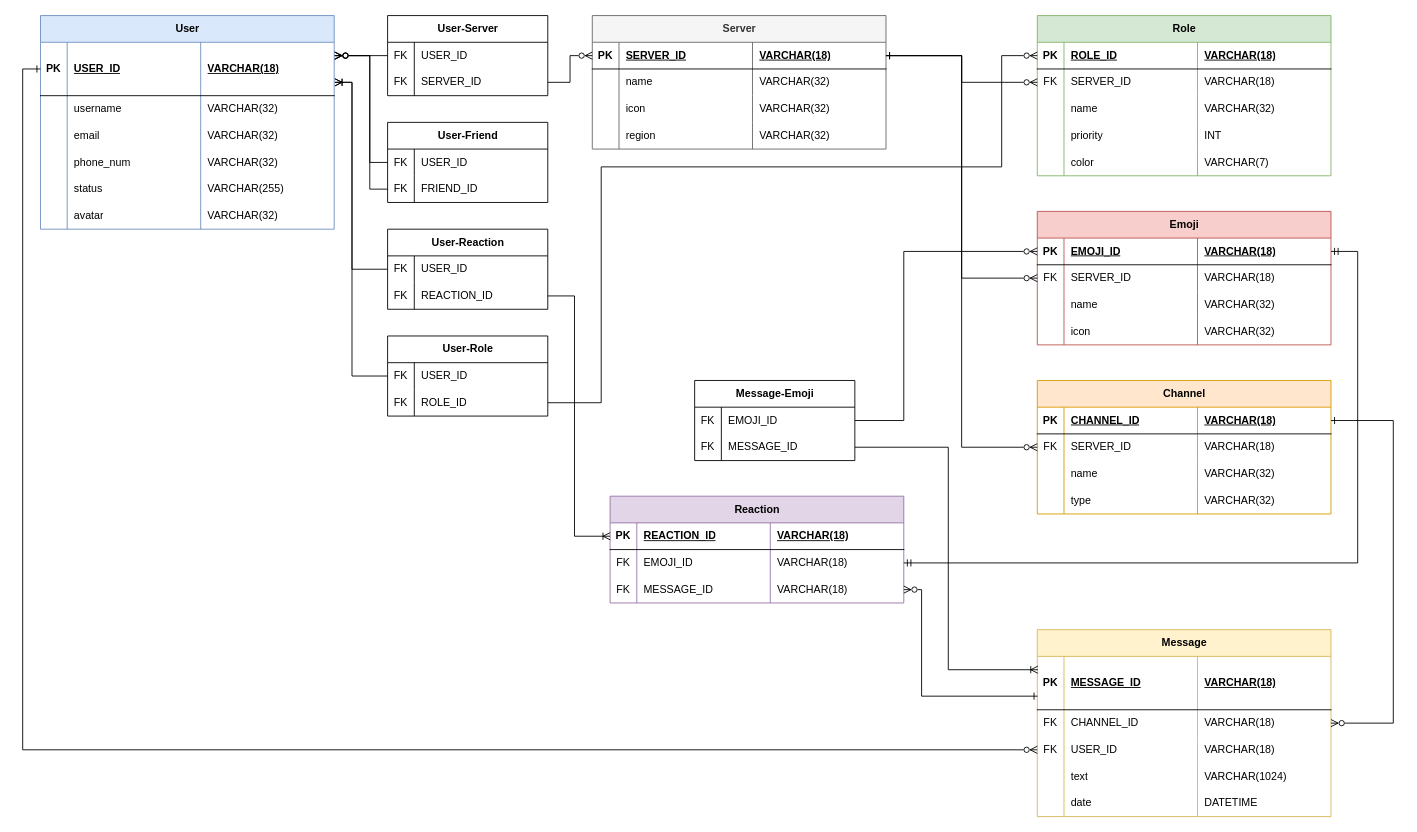
Mruzik1/Database-Application keeps this draw.io diagram as diagrams/Discord Relational Schema.drawio. Above is the earlier version. Source tidied: cells renumbered, new cells numbered last; positions are measured from the earlier drawing's top-left corner, leaving out a move shared by most shapes. Both pictures are drawn from the tidied source at 89%, with x=0, y=0 at pixel (22, 15).
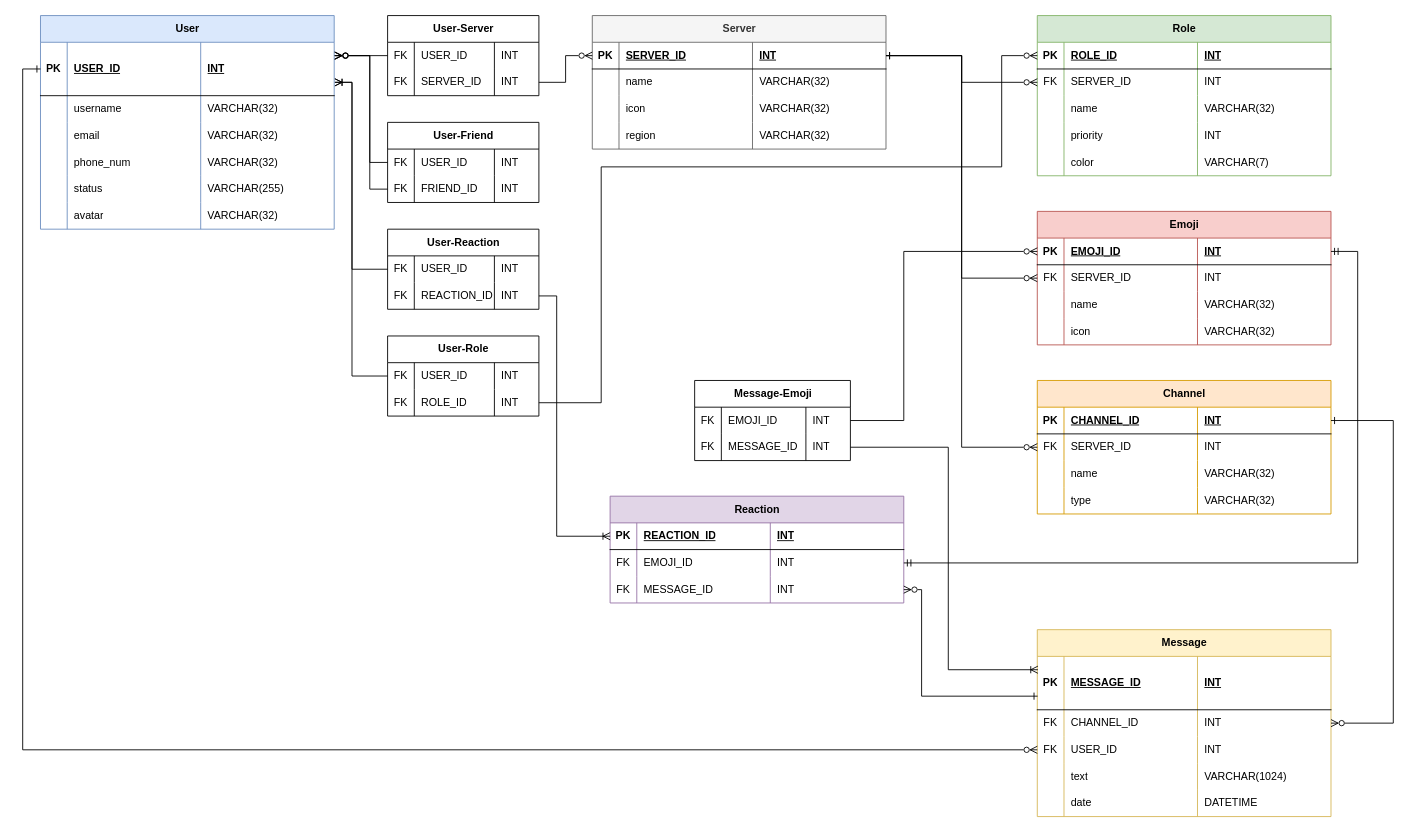
The same page after the edit.

The change refers to these unchanged cells:
```xml
<mxCell id="3" style="shape=tableRow;horizontal=0;startSize=0;swimlaneHead=0;swimlaneBody=0;fillColor=none;points=[[0,0.5],[1,0.5]];portConstraint=eastwest;top=0;left=0;right=0;bottom=1;" parent="2" vertex="1">
  <mxGeometry y="30" width="330" height="30" as="geometry" />
</mxCell>
<mxCell id="20" style="shape=tableRow;horizontal=0;startSize=0;swimlaneHead=0;swimlaneBody=0;fillColor=none;points=[[0,0.5],[1,0.5]];portConstraint=eastwest;top=0;left=0;right=0;bottom=1;" parent="19" vertex="1">
  <mxGeometry y="30" width="330" height="60" as="geometry" />
</mxCell>
<mxCell id="45" style="shape=tableRow;horizontal=0;startSize=0;swimlaneHead=0;swimlaneBody=0;fillColor=none;points=[[0,0.5],[1,0.5]];portConstraint=eastwest;top=0;left=0;right=0;bottom=1;" parent="44" vertex="1">
  <mxGeometry y="30" width="330" height="30" as="geometry" />
</mxCell>
<mxCell id="49" style="shape=tableRow;horizontal=0;startSize=0;swimlaneHead=0;swimlaneBody=0;fillColor=none;points=[[0,0.5],[1,0.5]];portConstraint=eastwest;top=0;left=0;right=0;bottom=0;" parent="44" vertex="1">
  <mxGeometry y="60" width="330" height="30" as="geometry" />
</mxCell>
<mxCell id="62" style="shape=tableRow;horizontal=0;startSize=0;swimlaneHead=0;swimlaneBody=0;fillColor=none;points=[[0,0.5],[1,0.5]];portConstraint=eastwest;top=0;left=0;right=0;bottom=1;" parent="61" vertex="1">
  <mxGeometry y="30" width="330" height="60" as="geometry" />
</mxCell>
<mxCell id="66" style="shape=tableRow;horizontal=0;startSize=0;swimlaneHead=0;swimlaneBody=0;fillColor=none;points=[[0,0.5],[1,0.5]];portConstraint=eastwest;top=0;left=0;right=0;bottom=0;" parent="61" vertex="1">
  <mxGeometry y="90" width="330" height="30" as="geometry" />
</mxCell>
<mxCell id="70" style="shape=tableRow;horizontal=0;startSize=0;swimlaneHead=0;swimlaneBody=0;fillColor=none;points=[[0,0.5],[1,0.5]];portConstraint=eastwest;top=0;left=0;right=0;bottom=0;" parent="61" vertex="1">
  <mxGeometry y="120" width="330" height="30" as="geometry" />
</mxCell>
<mxCell id="83" style="shape=tableRow;horizontal=0;startSize=0;swimlaneHead=0;swimlaneBody=0;fillColor=none;points=[[0,0.5],[1,0.5]];portConstraint=eastwest;top=0;left=0;right=0;bottom=1;" parent="82" vertex="1">
  <mxGeometry y="30" width="330" height="30" as="geometry" />
</mxCell>
<mxCell id="87" style="shape=tableRow;horizontal=0;startSize=0;swimlaneHead=0;swimlaneBody=0;fillColor=none;points=[[0,0.5],[1,0.5]];portConstraint=eastwest;top=0;left=0;right=0;bottom=0;" parent="82" vertex="1">
  <mxGeometry y="60" width="330" height="30" as="geometry" />
</mxCell>
<mxCell id="100" style="shape=tableRow;horizontal=0;startSize=0;swimlaneHead=0;swimlaneBody=0;fillColor=none;points=[[0,0.5],[1,0.5]];portConstraint=eastwest;top=0;left=0;right=0;bottom=1;" parent="99" vertex="1">
  <mxGeometry y="30" width="330" height="30" as="geometry" />
</mxCell>
<mxCell id="104" style="shape=tableRow;horizontal=0;startSize=0;swimlaneHead=0;swimlaneBody=0;fillColor=none;points=[[0,0.5],[1,0.5]];portConstraint=eastwest;top=0;left=0;right=0;bottom=0;" parent="99" vertex="1">
  <mxGeometry y="60" width="330" height="30" as="geometry" />
</mxCell>
<mxCell id="108" style="shape=tableRow;horizontal=0;startSize=0;swimlaneHead=0;swimlaneBody=0;fillColor=none;points=[[0,0.5],[1,0.5]];portConstraint=eastwest;top=0;left=0;right=0;bottom=0;" parent="99" vertex="1">
  <mxGeometry y="90" width="330" height="30" as="geometry" />
</mxCell>
<mxCell id="113" style="shape=tableRow;horizontal=0;startSize=0;swimlaneHead=0;swimlaneBody=0;fillColor=none;points=[[0,0.5],[1,0.5]];portConstraint=eastwest;top=0;left=0;right=0;bottom=1;" parent="112" vertex="1">
  <mxGeometry y="30" width="330" height="30" as="geometry" />
</mxCell>
<mxCell id="117" style="shape=tableRow;horizontal=0;startSize=0;swimlaneHead=0;swimlaneBody=0;fillColor=none;points=[[0,0.5],[1,0.5]];portConstraint=eastwest;top=0;left=0;right=0;bottom=0;" parent="112" vertex="1">
  <mxGeometry y="60" width="330" height="30" as="geometry" />
</mxCell>
```

Change to the diagram source:
```diff
@@
-    <mxCell id="6" value="VARCHAR(18)" style="shape=partialRectangle;fillColor=none;top=0;left=0;bottom=0;right=0;align=left;spacingLeft=6;fontStyle=5;overflow=hidden;whiteSpace=wrap;html=1;" parent="3" vertex="1">
+    <mxCell id="6" value="INT" style="shape=partialRectangle;fillColor=none;top=0;left=0;bottom=0;right=0;align=left;spacingLeft=6;fontStyle=5;overflow=hidden;whiteSpace=wrap;html=1;" parent="3" vertex="1">
       <mxGeometry x="180" width="150" height="30" as="geometry" />
     </mxCell>
@@
-    <mxCell id="23" value="VARCHAR(18)" style="shape=partialRectangle;fillColor=none;top=0;left=0;bottom=0;right=0;align=left;spacingLeft=6;fontStyle=5;overflow=hidden;whiteSpace=wrap;html=1;" parent="20" vertex="1">
+    <mxCell id="23" value="INT" style="shape=partialRectangle;fillColor=none;top=0;left=0;bottom=0;right=0;align=left;spacingLeft=6;fontStyle=5;overflow=hidden;whiteSpace=wrap;html=1;" parent="20" vertex="1">
       <mxGeometry x="180" width="150" height="60" as="geometry" />
     </mxCell>
@@
-    <mxCell id="48" value="VARCHAR(18)" style="shape=partialRectangle;fillColor=none;top=0;left=0;bottom=0;right=0;align=left;spacingLeft=6;fontStyle=5;overflow=hidden;whiteSpace=wrap;html=1;" parent="45" vertex="1">
+    <mxCell id="48" value="INT" style="shape=partialRectangle;fillColor=none;top=0;left=0;bottom=0;right=0;align=left;spacingLeft=6;fontStyle=5;overflow=hidden;whiteSpace=wrap;html=1;" parent="45" vertex="1">
       <mxGeometry x="180" width="150" height="30" as="geometry" />
     </mxCell>
@@
-    <mxCell id="52" value="VARCHAR(18)" style="shape=partialRectangle;fillColor=none;top=0;left=0;bottom=0;right=0;align=left;spacingLeft=6;overflow=hidden;whiteSpace=wrap;html=1;" parent="49" vertex="1">
+    <mxCell id="52" value="INT" style="shape=partialRectangle;fillColor=none;top=0;left=0;bottom=0;right=0;align=left;spacingLeft=6;overflow=hidden;whiteSpace=wrap;html=1;" parent="49" vertex="1">
       <mxGeometry x="180" width="150" height="30" as="geometry" />
     </mxCell>
@@
-    <mxCell id="65" value="VARCHAR(18)" style="shape=partialRectangle;fillColor=none;top=0;left=0;bottom=0;right=0;align=left;spacingLeft=6;fontStyle=5;overflow=hidden;whiteSpace=wrap;html=1;" parent="62" vertex="1">
+    <mxCell id="65" value="INT" style="shape=partialRectangle;fillColor=none;top=0;left=0;bottom=0;right=0;align=left;spacingLeft=6;fontStyle=5;overflow=hidden;whiteSpace=wrap;html=1;" parent="62" vertex="1">
       <mxGeometry x="180" width="150" height="60" as="geometry" />
     </mxCell>
@@
-    <mxCell id="69" value="VARCHAR(18)" style="shape=partialRectangle;fillColor=none;top=0;left=0;bottom=0;right=0;align=left;spacingLeft=6;overflow=hidden;whiteSpace=wrap;html=1;" parent="66" vertex="1">
+    <mxCell id="69" value="INT" style="shape=partialRectangle;fillColor=none;top=0;left=0;bottom=0;right=0;align=left;spacingLeft=6;overflow=hidden;whiteSpace=wrap;html=1;" parent="66" vertex="1">
       <mxGeometry x="180" width="150" height="30" as="geometry" />
     </mxCell>
@@
-    <mxCell id="73" value="VARCHAR(18)" style="shape=partialRectangle;fillColor=none;top=0;left=0;bottom=0;right=0;align=left;spacingLeft=6;overflow=hidden;whiteSpace=wrap;html=1;" parent="70" vertex="1">
+    <mxCell id="73" value="INT" style="shape=partialRectangle;fillColor=none;top=0;left=0;bottom=0;right=0;align=left;spacingLeft=6;overflow=hidden;whiteSpace=wrap;html=1;" parent="70" vertex="1">
       <mxGeometry x="180" width="150" height="30" as="geometry" />
     </mxCell>
@@
-    <mxCell id="86" value="VARCHAR(18)" style="shape=partialRectangle;fillColor=none;top=0;left=0;bottom=0;right=0;align=left;spacingLeft=6;fontStyle=5;overflow=hidden;whiteSpace=wrap;html=1;" parent="83" vertex="1">
+    <mxCell id="86" value="INT" style="shape=partialRectangle;fillColor=none;top=0;left=0;bottom=0;right=0;align=left;spacingLeft=6;fontStyle=5;overflow=hidden;whiteSpace=wrap;html=1;" parent="83" vertex="1">
       <mxGeometry x="180" width="150" height="30" as="geometry" />
     </mxCell>
@@
-    <mxCell id="90" value="VARCHAR(18)" style="shape=partialRectangle;fillColor=none;top=0;left=0;bottom=0;right=0;align=left;spacingLeft=6;overflow=hidden;whiteSpace=wrap;html=1;" parent="87" vertex="1">
+    <mxCell id="90" value="INT" style="shape=partialRectangle;fillColor=none;top=0;left=0;bottom=0;right=0;align=left;spacingLeft=6;overflow=hidden;whiteSpace=wrap;html=1;" parent="87" vertex="1">
       <mxGeometry x="180" width="150" height="30" as="geometry" />
     </mxCell>
@@
-    <mxCell id="103" value="VARCHAR(18)" style="shape=partialRectangle;fillColor=none;top=0;left=0;bottom=0;right=0;align=left;spacingLeft=6;fontStyle=5;overflow=hidden;whiteSpace=wrap;html=1;" parent="100" vertex="1">
+    <mxCell id="103" value="INT" style="shape=partialRectangle;fillColor=none;top=0;left=0;bottom=0;right=0;align=left;spacingLeft=6;fontStyle=5;overflow=hidden;whiteSpace=wrap;html=1;" parent="100" vertex="1">
       <mxGeometry x="180" width="150" height="30" as="geometry" />
     </mxCell>
@@
-    <mxCell id="107" value="VARCHAR(18)" style="shape=partialRectangle;fillColor=none;top=0;left=0;bottom=0;right=0;align=left;spacingLeft=6;overflow=hidden;whiteSpace=wrap;html=1;" parent="104" vertex="1">
+    <mxCell id="107" value="INT" style="shape=partialRectangle;fillColor=none;top=0;left=0;bottom=0;right=0;align=left;spacingLeft=6;overflow=hidden;whiteSpace=wrap;html=1;" parent="104" vertex="1">
       <mxGeometry x="180" width="150" height="30" as="geometry" />
     </mxCell>
@@
-    <mxCell id="111" value="VARCHAR(18)" style="shape=partialRectangle;fillColor=none;top=0;left=0;bottom=0;right=0;align=left;spacingLeft=6;overflow=hidden;whiteSpace=wrap;html=1;" parent="108" vertex="1">
+    <mxCell id="111" value="INT" style="shape=partialRectangle;fillColor=none;top=0;left=0;bottom=0;right=0;align=left;spacingLeft=6;overflow=hidden;whiteSpace=wrap;html=1;" parent="108" vertex="1">
       <mxGeometry x="180" width="150" height="30" as="geometry" />
     </mxCell>
@@
-    <mxCell id="116" value="VARCHAR(18)" style="shape=partialRectangle;fillColor=none;top=0;left=0;bottom=0;right=0;align=left;spacingLeft=6;fontStyle=5;overflow=hidden;whiteSpace=wrap;html=1;" parent="113" vertex="1">
+    <mxCell id="116" value="INT" style="shape=partialRectangle;fillColor=none;top=0;left=0;bottom=0;right=0;align=left;spacingLeft=6;fontStyle=5;overflow=hidden;whiteSpace=wrap;html=1;" parent="113" vertex="1">
       <mxGeometry x="180" width="150" height="30" as="geometry" />
     </mxCell>
@@
-    <mxCell id="120" value="VARCHAR(18)" style="shape=partialRectangle;fillColor=none;top=0;left=0;bottom=0;right=0;align=left;spacingLeft=6;overflow=hidden;whiteSpace=wrap;html=1;" parent="117" vertex="1">
+    <mxCell id="120" value="INT" style="shape=partialRectangle;fillColor=none;top=0;left=0;bottom=0;right=0;align=left;spacingLeft=6;overflow=hidden;whiteSpace=wrap;html=1;" parent="117" vertex="1">
       <mxGeometry x="180" width="150" height="30" as="geometry" />
     </mxCell>
@@
     <mxCell id="136" value="User-Server" style="shape=table;startSize=30;childLayout=tableLayout;rowLines=0;fontStyle=1;align=center;html=1;" parent="1" vertex="1">
-      <mxGeometry x="410" width="180" height="90" as="geometry" />
+      <mxGeometry x="410" width="170" height="90" as="geometry" />
     </mxCell>
     <mxCell id="137" style="shape=tableRow;horizontal=0;startSize=0;swimlaneHead=0;swimlaneBody=0;fillColor=none;points=[[0,0.5],[1,0.5]];portConstraint=eastwest;top=0;left=0;right=0;bottom=0;" parent="136" vertex="1">
-      <mxGeometry y="30" width="180" height="30" as="geometry" />
+      <mxGeometry y="30" width="170" height="30" as="geometry" />
     </mxCell>
@@
     <mxCell id="139" value="USER_ID" style="shape=partialRectangle;fillColor=none;top=0;left=0;bottom=0;right=0;align=left;spacingLeft=6;overflow=hidden;whiteSpace=wrap;html=1;" parent="137" vertex="1">
-      <mxGeometry x="30" width="150" height="30" as="geometry" />
+      <mxGeometry x="30" width="90" height="30" as="geometry" />
     </mxCell>
+    <mxCell id="185" value="INT" style="shape=partialRectangle;fillColor=none;top=0;left=0;bottom=0;right=0;align=left;spacingLeft=6;overflow=hidden;whiteSpace=wrap;html=1;" parent="137" vertex="1">
+      <mxGeometry x="120" width="50" height="30" as="geometry" />
+    </mxCell>
     <mxCell id="140" style="shape=tableRow;horizontal=0;startSize=0;swimlaneHead=0;swimlaneBody=0;fillColor=none;points=[[0,0.5],[1,0.5]];portConstraint=eastwest;top=0;left=0;right=0;bottom=0;" parent="136" vertex="1">
-      <mxGeometry y="60" width="180" height="30" as="geometry" />
+      <mxGeometry y="60" width="170" height="30" as="geometry" />
     </mxCell>
@@
     <mxCell id="142" value="SERVER_ID" style="shape=partialRectangle;fillColor=none;top=0;left=0;bottom=0;right=0;align=left;spacingLeft=6;overflow=hidden;whiteSpace=wrap;html=1;" parent="140" vertex="1">
-      <mxGeometry x="30" width="150" height="30" as="geometry" />
+      <mxGeometry x="30" width="90" height="30" as="geometry" />
     </mxCell>
+    <mxCell id="186" value="INT" style="shape=partialRectangle;fillColor=none;top=0;left=0;bottom=0;right=0;align=left;spacingLeft=6;overflow=hidden;whiteSpace=wrap;html=1;" parent="140" vertex="1">
+      <mxGeometry x="120" width="50" height="30" as="geometry" />
+    </mxCell>
@@
     <mxCell id="146" value="User-Role" style="shape=table;startSize=30;childLayout=tableLayout;rowLines=0;fontStyle=1;align=center;html=1;" parent="1" vertex="1">
-      <mxGeometry x="410" y="360" width="180" height="90" as="geometry" />
+      <mxGeometry x="410" y="360" width="170" height="90" as="geometry" />
     </mxCell>
     <mxCell id="147" style="shape=tableRow;horizontal=0;startSize=0;swimlaneHead=0;swimlaneBody=0;fillColor=none;points=[[0,0.5],[1,0.5]];portConstraint=eastwest;top=0;left=0;right=0;bottom=0;" parent="146" vertex="1">
-      <mxGeometry y="30" width="180" height="30" as="geometry" />
+      <mxGeometry y="30" width="170" height="30" as="geometry" />
     </mxCell>
@@
     <mxCell id="149" value="USER_ID" style="shape=partialRectangle;fillColor=none;top=0;left=0;bottom=0;right=0;align=left;spacingLeft=6;overflow=hidden;whiteSpace=wrap;html=1;" parent="147" vertex="1">
-      <mxGeometry x="30" width="150" height="30" as="geometry" />
+      <mxGeometry x="30" width="90" height="30" as="geometry" />
     </mxCell>
+    <mxCell id="187" value="INT" style="shape=partialRectangle;fillColor=none;top=0;left=0;bottom=0;right=0;align=left;spacingLeft=6;overflow=hidden;whiteSpace=wrap;html=1;" parent="147" vertex="1">
+      <mxGeometry x="120" width="50" height="30" as="geometry" />
+    </mxCell>
     <mxCell id="150" style="shape=tableRow;horizontal=0;startSize=0;swimlaneHead=0;swimlaneBody=0;fillColor=none;points=[[0,0.5],[1,0.5]];portConstraint=eastwest;top=0;left=0;right=0;bottom=0;" parent="146" vertex="1">
-      <mxGeometry y="60" width="180" height="30" as="geometry" />
+      <mxGeometry y="60" width="170" height="30" as="geometry" />
     </mxCell>
@@
     <mxCell id="152" value="ROLE_ID" style="shape=partialRectangle;fillColor=none;top=0;left=0;bottom=0;right=0;align=left;spacingLeft=6;overflow=hidden;whiteSpace=wrap;html=1;" parent="150" vertex="1">
-      <mxGeometry x="30" width="150" height="30" as="geometry" />
+      <mxGeometry x="30" width="90" height="30" as="geometry" />
     </mxCell>
+    <mxCell id="188" value="INT" style="shape=partialRectangle;fillColor=none;top=0;left=0;bottom=0;right=0;align=left;spacingLeft=6;overflow=hidden;whiteSpace=wrap;html=1;" parent="150" vertex="1">
+      <mxGeometry x="120" width="50" height="30" as="geometry" />
+    </mxCell>
@@
     <mxCell id="155" value="User-Friend" style="shape=table;startSize=30;childLayout=tableLayout;rowLines=0;fontStyle=1;align=center;html=1;" parent="1" vertex="1">
-      <mxGeometry x="410" y="120" width="180" height="90" as="geometry" />
+      <mxGeometry x="410" y="120" width="170" height="90" as="geometry" />
     </mxCell>
     <mxCell id="156" style="shape=tableRow;horizontal=0;startSize=0;swimlaneHead=0;swimlaneBody=0;fillColor=none;points=[[0,0.5],[1,0.5]];portConstraint=eastwest;top=0;left=0;right=0;bottom=0;" parent="155" vertex="1">
-      <mxGeometry y="30" width="180" height="30" as="geometry" />
+      <mxGeometry y="30" width="170" height="30" as="geometry" />
     </mxCell>
@@
     <mxCell id="158" value="USER_ID" style="shape=partialRectangle;fillColor=none;top=0;left=0;bottom=0;right=0;align=left;spacingLeft=6;overflow=hidden;whiteSpace=wrap;html=1;" parent="156" vertex="1">
-      <mxGeometry x="30" width="150" height="30" as="geometry" />
+      <mxGeometry x="30" width="90" height="30" as="geometry" />
     </mxCell>
+    <mxCell id="189" value="INT" style="shape=partialRectangle;fillColor=none;top=0;left=0;bottom=0;right=0;align=left;spacingLeft=6;overflow=hidden;whiteSpace=wrap;html=1;" parent="156" vertex="1">
+      <mxGeometry x="120" width="50" height="30" as="geometry" />
+    </mxCell>
     <mxCell id="159" style="shape=tableRow;horizontal=0;startSize=0;swimlaneHead=0;swimlaneBody=0;fillColor=none;points=[[0,0.5],[1,0.5]];portConstraint=eastwest;top=0;left=0;right=0;bottom=0;" parent="155" vertex="1">
-      <mxGeometry y="60" width="180" height="30" as="geometry" />
+      <mxGeometry y="60" width="170" height="30" as="geometry" />
     </mxCell>
@@
     <mxCell id="161" value="FRIEND_ID" style="shape=partialRectangle;fillColor=none;top=0;left=0;bottom=0;right=0;align=left;spacingLeft=6;overflow=hidden;whiteSpace=wrap;html=1;" parent="159" vertex="1">
-      <mxGeometry x="30" width="150" height="30" as="geometry" />
+      <mxGeometry x="30" width="90" height="30" as="geometry" />
     </mxCell>
+    <mxCell id="190" value="INT" style="shape=partialRectangle;fillColor=none;top=0;left=0;bottom=0;right=0;align=left;spacingLeft=6;overflow=hidden;whiteSpace=wrap;html=1;" parent="159" vertex="1">
+      <mxGeometry x="120" width="50" height="30" as="geometry" />
+    </mxCell>
@@
     <mxCell id="164" value="User-Reaction" style="shape=table;startSize=30;childLayout=tableLayout;rowLines=0;fontStyle=1;align=center;html=1;" parent="1" vertex="1">
-      <mxGeometry x="410" y="240" width="180" height="90" as="geometry" />
+      <mxGeometry x="410" y="240" width="170" height="90" as="geometry" />
     </mxCell>
     <mxCell id="165" style="shape=tableRow;horizontal=0;startSize=0;swimlaneHead=0;swimlaneBody=0;fillColor=none;points=[[0,0.5],[1,0.5]];portConstraint=eastwest;top=0;left=0;right=0;bottom=0;" parent="164" vertex="1">
-      <mxGeometry y="30" width="180" height="30" as="geometry" />
+      <mxGeometry y="30" width="170" height="30" as="geometry" />
     </mxCell>
@@
     <mxCell id="167" value="USER_ID" style="shape=partialRectangle;fillColor=none;top=0;left=0;bottom=0;right=0;align=left;spacingLeft=6;overflow=hidden;whiteSpace=wrap;html=1;" parent="165" vertex="1">
-      <mxGeometry x="30" width="150" height="30" as="geometry" />
+      <mxGeometry x="30" width="90" height="30" as="geometry" />
     </mxCell>
+    <mxCell id="191" value="INT" style="shape=partialRectangle;fillColor=none;top=0;left=0;bottom=0;right=0;align=left;spacingLeft=6;overflow=hidden;whiteSpace=wrap;html=1;" parent="165" vertex="1">
+      <mxGeometry x="120" width="50" height="30" as="geometry" />
+    </mxCell>
     <mxCell id="168" style="shape=tableRow;horizontal=0;startSize=0;swimlaneHead=0;swimlaneBody=0;fillColor=none;points=[[0,0.5],[1,0.5]];portConstraint=eastwest;top=0;left=0;right=0;bottom=0;" parent="164" vertex="1">
-      <mxGeometry y="60" width="180" height="30" as="geometry" />
+      <mxGeometry y="60" width="170" height="30" as="geometry" />
     </mxCell>
@@
     <mxCell id="170" value="REACTION_ID" style="shape=partialRectangle;fillColor=none;top=0;left=0;bottom=0;right=0;align=left;spacingLeft=6;overflow=hidden;whiteSpace=wrap;html=1;" parent="168" vertex="1">
-      <mxGeometry x="30" width="150" height="30" as="geometry" />
+      <mxGeometry x="30" width="90" height="30" as="geometry" />
     </mxCell>
+    <mxCell id="192" value="INT" style="shape=partialRectangle;fillColor=none;top=0;left=0;bottom=0;right=0;align=left;spacingLeft=6;overflow=hidden;whiteSpace=wrap;html=1;" parent="168" vertex="1">
+      <mxGeometry x="120" width="50" height="30" as="geometry" />
+    </mxCell>
@@
     <mxCell id="172" style="edgeStyle=orthogonalEdgeStyle;rounded=0;jettySize=auto;html=1;entryX=0;entryY=0.5;entryDx=0;entryDy=0;endArrow=ERoneToMany;endFill=0;" parent="1" edge="1" source="168" target="100">
       <mxGeometry relative="1" as="geometry">
         <Array as="points">
-          <mxPoint x="620" y="315" />
-          <mxPoint x="620" y="585" />
+          <mxPoint x="600" y="315" />
+          <mxPoint x="600" y="585" />
         </Array>
       </mxGeometry>
     </mxCell>
@@
     <mxCell id="177" value="Message-Emoji" style="shape=table;startSize=30;childLayout=tableLayout;rowLines=0;fontStyle=1;align=center;html=1;" parent="1" vertex="1">
-      <mxGeometry x="755" y="410" width="180" height="90" as="geometry" />
+      <mxGeometry x="755" y="410" width="175" height="90" as="geometry" />
     </mxCell>
     <mxCell id="178" style="shape=tableRow;horizontal=0;startSize=0;swimlaneHead=0;swimlaneBody=0;fillColor=none;top=0;left=0;right=0;bottom=0;" parent="177" vertex="1">
-      <mxGeometry y="30" width="180" height="30" as="geometry" />
+      <mxGeometry y="30" width="175" height="30" as="geometry" />
     </mxCell>
@@
     <mxCell id="180" value="EMOJI_ID" style="shape=partialRectangle;fillColor=none;top=0;left=0;bottom=0;right=0;align=left;spacingLeft=6;overflow=hidden;whiteSpace=wrap;html=1;" parent="178" vertex="1">
-      <mxGeometry x="30" width="150" height="30" as="geometry" />
+      <mxGeometry x="30" width="95" height="30" as="geometry" />
     </mxCell>
+    <mxCell id="193" value="INT" style="shape=partialRectangle;fillColor=none;top=0;left=0;bottom=0;right=0;align=left;spacingLeft=6;overflow=hidden;whiteSpace=wrap;html=1;" parent="178" vertex="1">
+      <mxGeometry x="125" width="50" height="30" as="geometry" />
+    </mxCell>
     <mxCell id="181" style="shape=tableRow;horizontal=0;startSize=0;swimlaneHead=0;swimlaneBody=0;fillColor=none;points=[[0,0.5],[1,0.5]];portConstraint=eastwest;top=0;left=0;right=0;bottom=0;" parent="177" vertex="1">
-      <mxGeometry y="60" width="180" height="30" as="geometry" />
+      <mxGeometry y="60" width="175" height="30" as="geometry" />
     </mxCell>
@@
     <mxCell id="183" value="MESSAGE_ID" style="shape=partialRectangle;fillColor=none;top=0;left=0;bottom=0;right=0;align=left;spacingLeft=6;overflow=hidden;whiteSpace=wrap;html=1;" parent="181" vertex="1">
-      <mxGeometry x="30" width="150" height="30" as="geometry" />
+      <mxGeometry x="30" width="95" height="30" as="geometry" />
     </mxCell>
+    <mxCell id="194" value="INT" style="shape=partialRectangle;fillColor=none;top=0;left=0;bottom=0;right=0;align=left;spacingLeft=6;overflow=hidden;whiteSpace=wrap;html=1;" parent="181" vertex="1">
+      <mxGeometry x="125" width="50" height="30" as="geometry" />
+    </mxCell>
```
